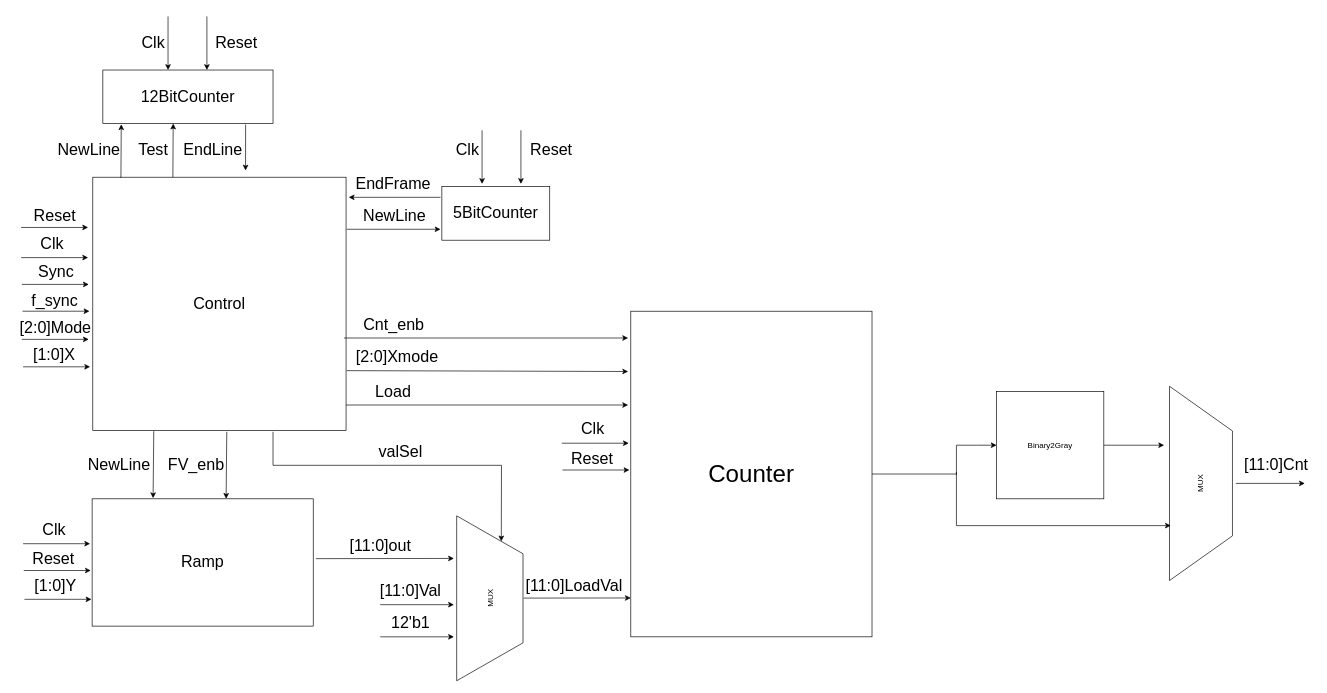
Before: Block_diagram.drawio in sabarioded/Patterns_Project, a draw.io diagram. Source tidied: cells renumbered, new cells numbered last; positions are measured from the earlier drawing's top-left corner, leaving out a move shared by most shapes. Both pictures are drawn from the tidied source at 67%, with x=0, y=0 at pixel (11, 16).
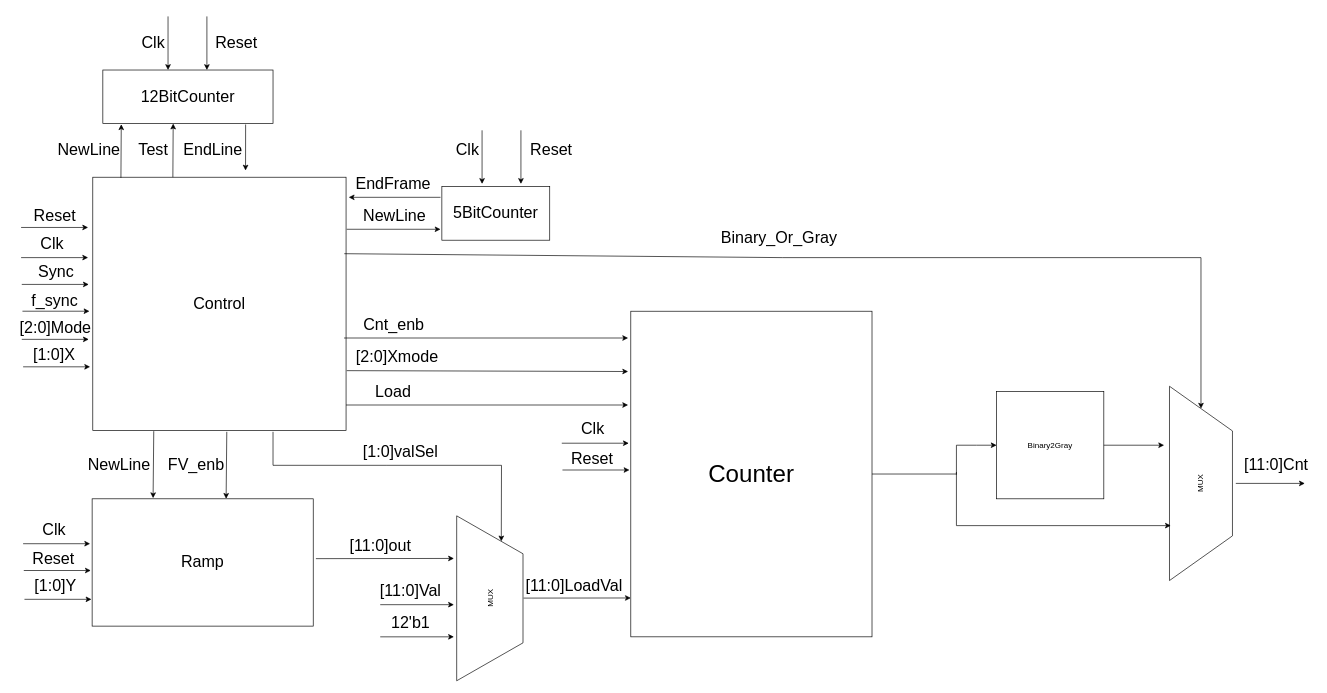
Above is the later version.

The change refers to these unchanged cells:
```xml
<mxCell id="2" value="&lt;font style=&quot;font-size: 24px;&quot;&gt;Control&lt;/font&gt;" style="whiteSpace=wrap;html=1;" parent="1" vertex="1">
  <mxGeometry x="121" y="240" width="378" height="378" as="geometry" />
</mxCell>
<mxCell id="3" value="MUX" style="verticalLabelPosition=middle;verticalAlign=middle;html=1;shape=trapezoid;perimeter=trapezoidPerimeter;whiteSpace=wrap;size=0.23;arcSize=10;flipV=1;labelPosition=center;align=center;rotation=-90;" parent="1" vertex="1">
  <mxGeometry x="1630" y="650" width="290" height="94" as="geometry" />
</mxCell>
```

What changed in the source:
```diff
@@
-    <mxCell id="62" value="&lt;font style=&quot;font-size: 24px;&quot;&gt;valSel&lt;/font&gt;" style="text;html=1;align=center;verticalAlign=middle;strokeColor=none;fillColor=none;" parent="1" vertex="1">
-      <mxGeometry x="535" y="630" width="90" height="40" as="geometry" />
+    <mxCell id="62" value="&lt;font style=&quot;font-size: 24px;&quot;&gt;[1:0]valSel&lt;/font&gt;" style="text;html=1;align=center;verticalAlign=middle;strokeColor=none;fillColor=none;" parent="1" vertex="1">
+      <mxGeometry x="510" y="630" width="140" height="40" as="geometry" />
     </mxCell>
@@
+    <mxCell id="77" style="endArrow=classic;html=1;rounded=0;exitX=0.993;exitY=0.302;exitDx=0;exitDy=0;exitPerimeter=0;entryX=1;entryY=0.5;entryDx=0;entryDy=0;" parent="1" edge="1" source="2" target="3">
+      <mxGeometry relative="1" as="geometry">
+        <Array as="points">
+          <mxPoint x="1150" y="360" />
+          <mxPoint x="1775" y="360" />
+        </Array>
+      </mxGeometry>
+    </mxCell>
+    <mxCell id="78" value="&lt;font style=&quot;font-size: 24px;&quot;&gt;Binary_Or_Gray&lt;/font&gt;" style="text;html=1;align=center;verticalAlign=middle;strokeColor=none;fillColor=none;" parent="1" vertex="1">
+      <mxGeometry x="1045" y="310" width="200" height="40" as="geometry" />
+    </mxCell>
```
